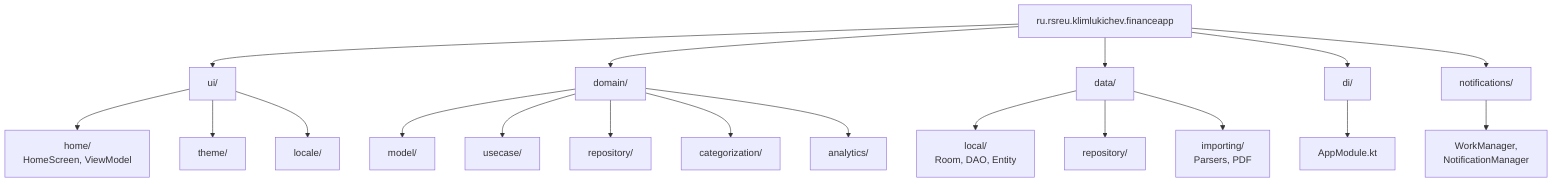
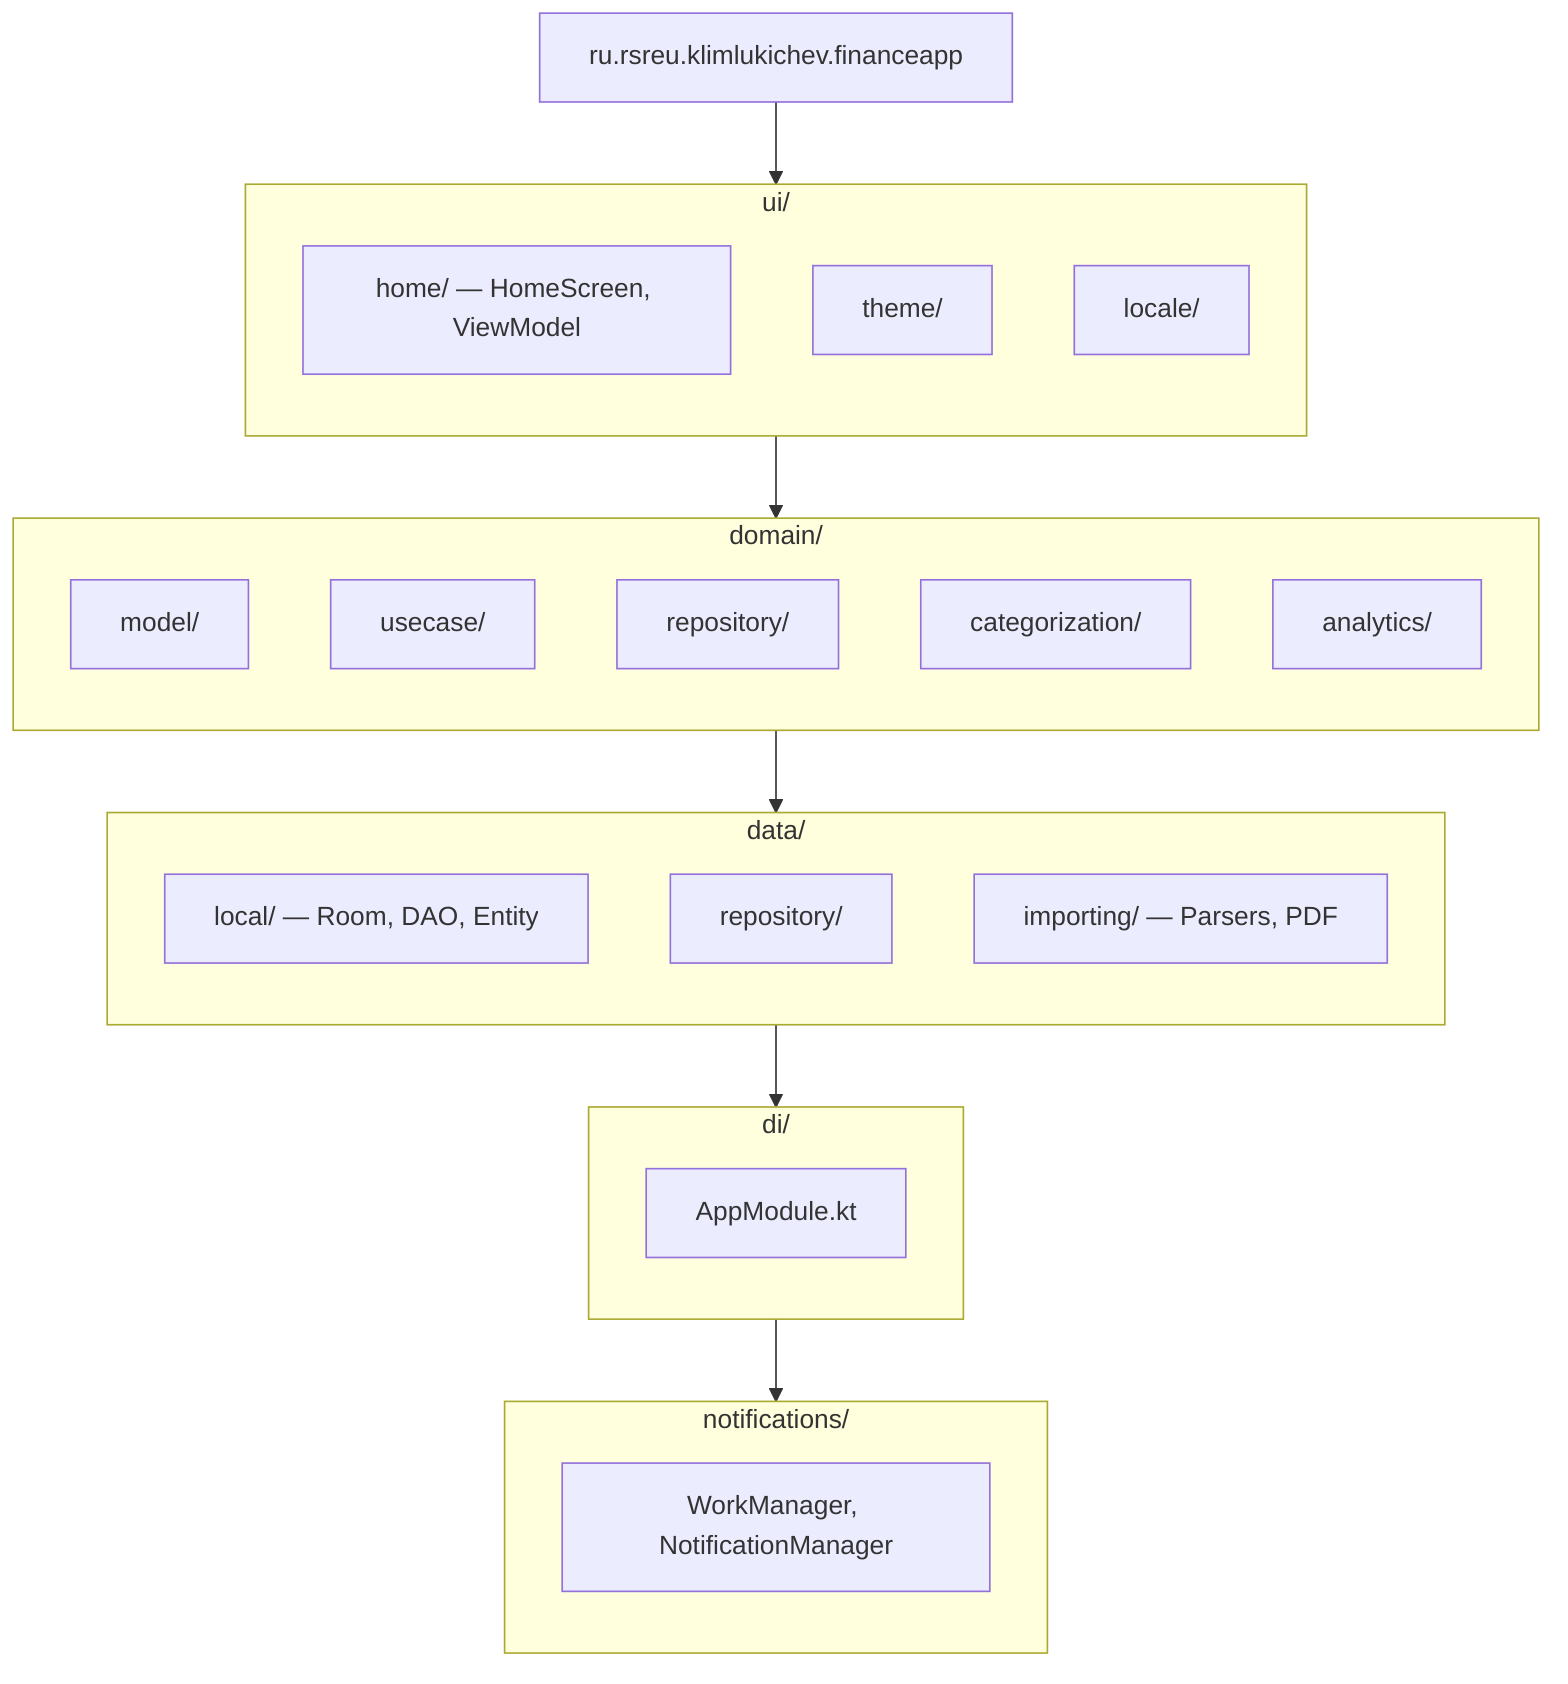
flowchart TB
    root[ru.rsreu.klimlukichev.financeapp]

-     root --> ui[ui/]
-     root --> domain[domain/]
-     root --> data[data/]
-     root --> di[di/]
-     root --> notif[notifications/]
+     subgraph ui [ui/]
+         direction TB
+         ui_home["home/ — HomeScreen, ViewModel"]
+         ui_theme[theme/]
+         ui_locale[locale/]
+     end

-     ui --> ui_home[home/\nHomeScreen, ViewModel]
-     ui --> ui_theme[theme/]
-     ui --> ui_locale[locale/]
+     subgraph domain [domain/]
+         direction TB
+         dom_model[model/]
+         dom_uc[usecase/]
+         dom_repo[repository/]
+         dom_cat[categorization/]
+         dom_an[analytics/]
+     end

-     domain --> dom_model[model/]
-     domain --> dom_uc[usecase/]
-     domain --> dom_repo[repository/]
-     domain --> dom_cat[categorization/]
-     domain --> dom_an[analytics/]
+     subgraph data [data/]
+         direction TB
+         data_local["local/ — Room, DAO, Entity"]
+         data_rep[repository/]
+         data_imp["importing/ — Parsers, PDF"]
+     end

-     data --> data_local[local/\nRoom, DAO, Entity]
-     data --> data_rep[repository/]
-     data --> data_imp[importing/\nParsers, PDF]
+     subgraph di [di/]
+         direction TB
+         di_mod[AppModule.kt]
+     end

-     di --> di_mod[AppModule.kt]
-     notif --> notif_wm[WorkManager,\nNotificationManager]
+     subgraph notif [notifications/]
+         direction TB
+         notif_wm["WorkManager, NotificationManager"]
+     end
+ 
+     root --> ui
+     ui --> domain
+     domain --> data
+     data --> di
+     di --> notif
